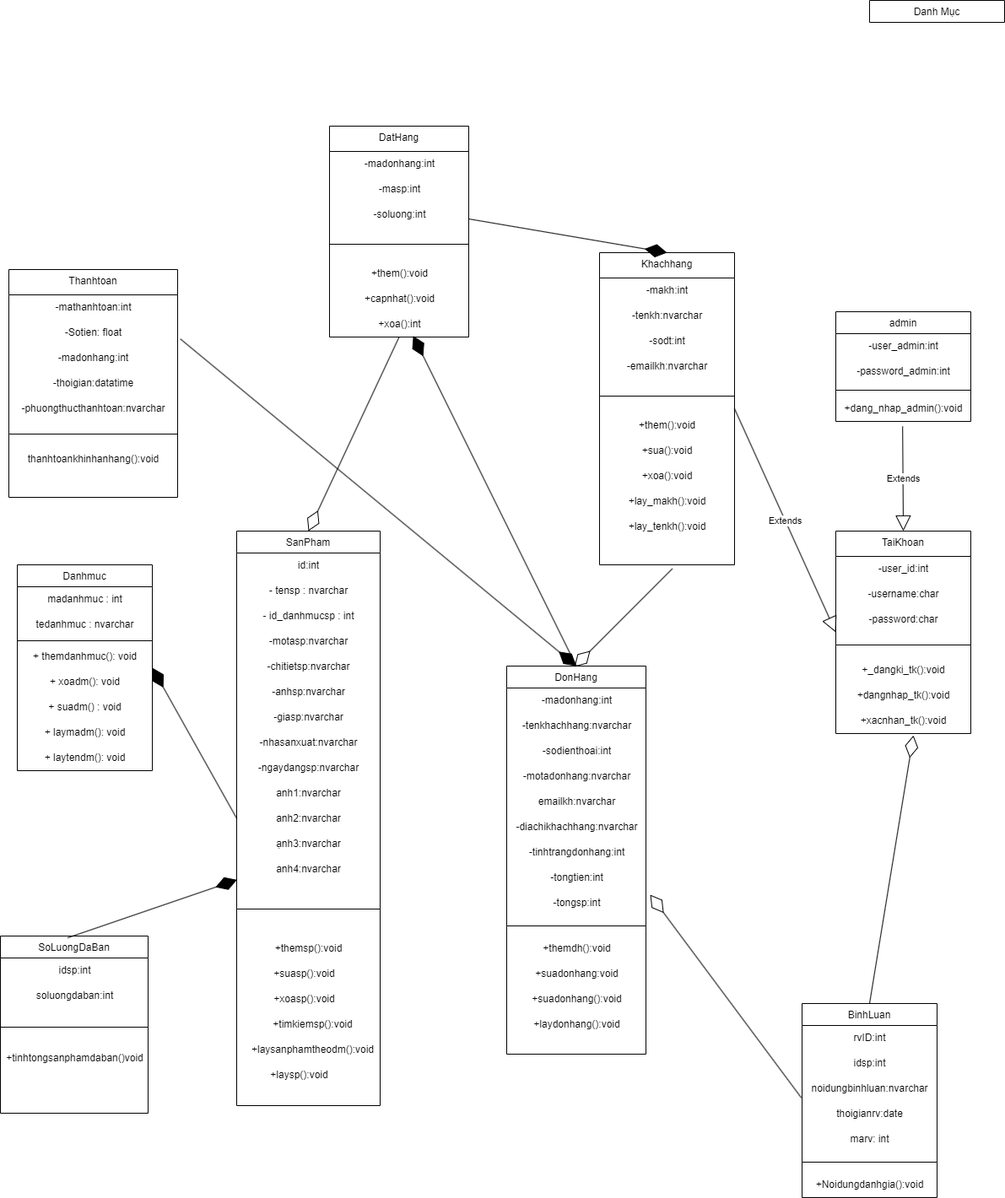
TTHTech/Diagram keeps this draw.io diagram as vẽ class diagram cho web bán hàng.drawio.png. Above is the earlier version. Source tidied: cells renumbered, new cells last; positions are measured from the earlier drawing's top-left corner, leaving out a move shared by most shapes.
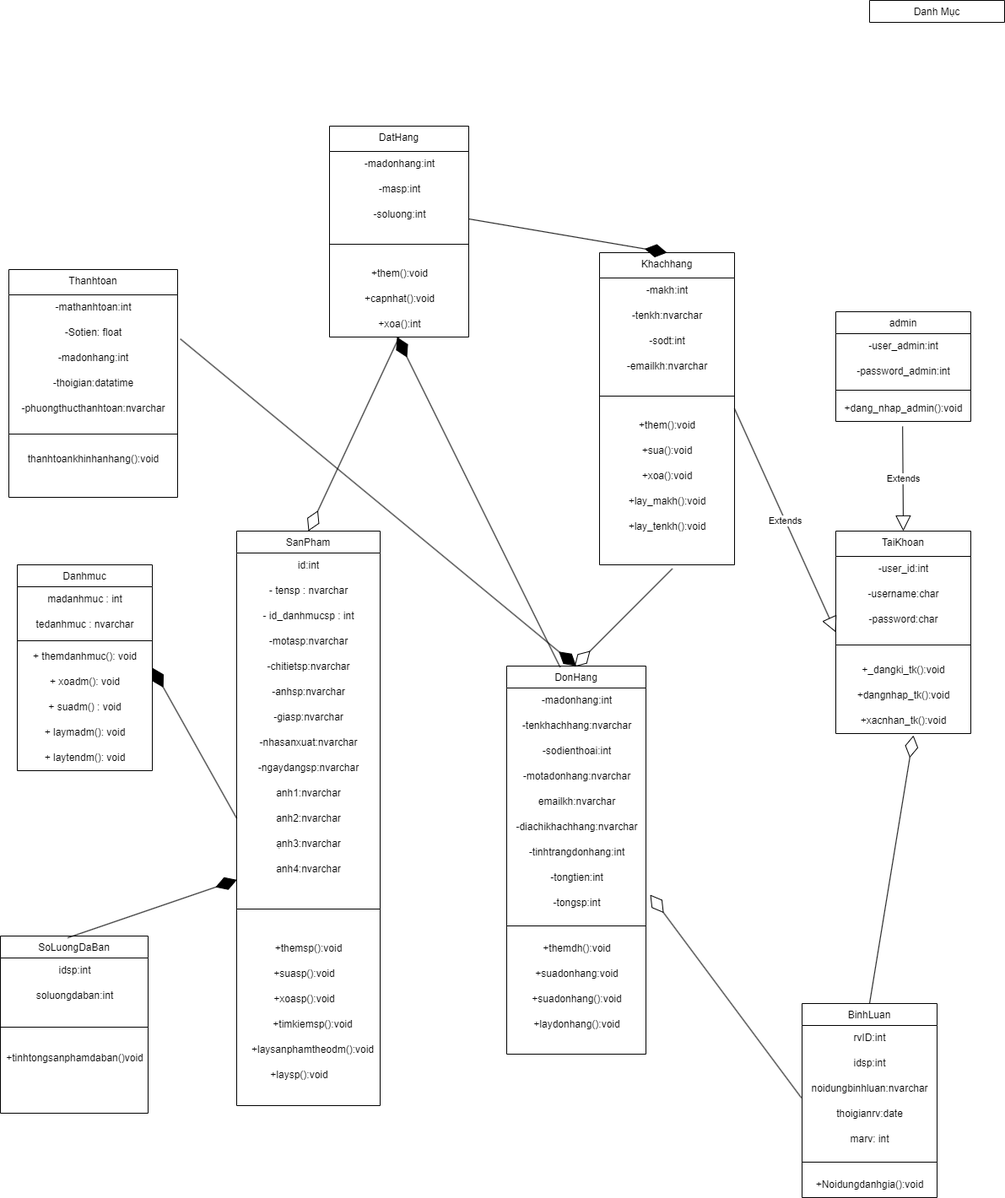
The same diagram one commit later.

Commit message:
Cập nhật vẽ class diagram cho web bán hàng.drawio.png

What changed in the source:
```diff
@@ -214,8 +214,11 @@
         <mxPoint x="555" y="259" as="sourcePoint" />
       </mxGeometry>
     </mxCell>
-    <mxCell id="72" style="endArrow=diamondThin;endFill=1;endSize=24;html=1;rounded=0;exitX=0.5;exitY=0;exitDx=0;exitDy=0;entryX=0.601;entryY=0.953;entryDx=0;entryDy=0;entryPerimeter=0;" parent="1" edge="1" source="19" target="66">
-      <mxGeometry relative="1" as="geometry" />
+    <mxCell id="72" style="endArrow=diamondThin;endFill=1;endSize=24;html=1;rounded=0;exitX=0.5;exitY=0;exitDx=0;exitDy=0;entryX=0.601;entryY=0.953;entryDx=0;entryDy=0;entryPerimeter=0;" parent="1" edge="1">
+      <mxGeometry relative="1" as="geometry">
+        <mxPoint x="663.3" y="790.4" as="sourcePoint" />
+        <mxPoint x="470" y="399" as="targetPoint" />
+      </mxGeometry>
     </mxCell>
     <mxCell id="73" style="endArrow=diamondThin;endFill=1;endSize=24;html=1;rounded=0;exitX=1.016;exitY=0.74;exitDx=0;exitDy=0;exitPerimeter=0;entryX=0.5;entryY=0;entryDx=0;entryDy=0;" parent="1" edge="1" source="13" target="19">
       <mxGeometry relative="1" as="geometry" />
```
